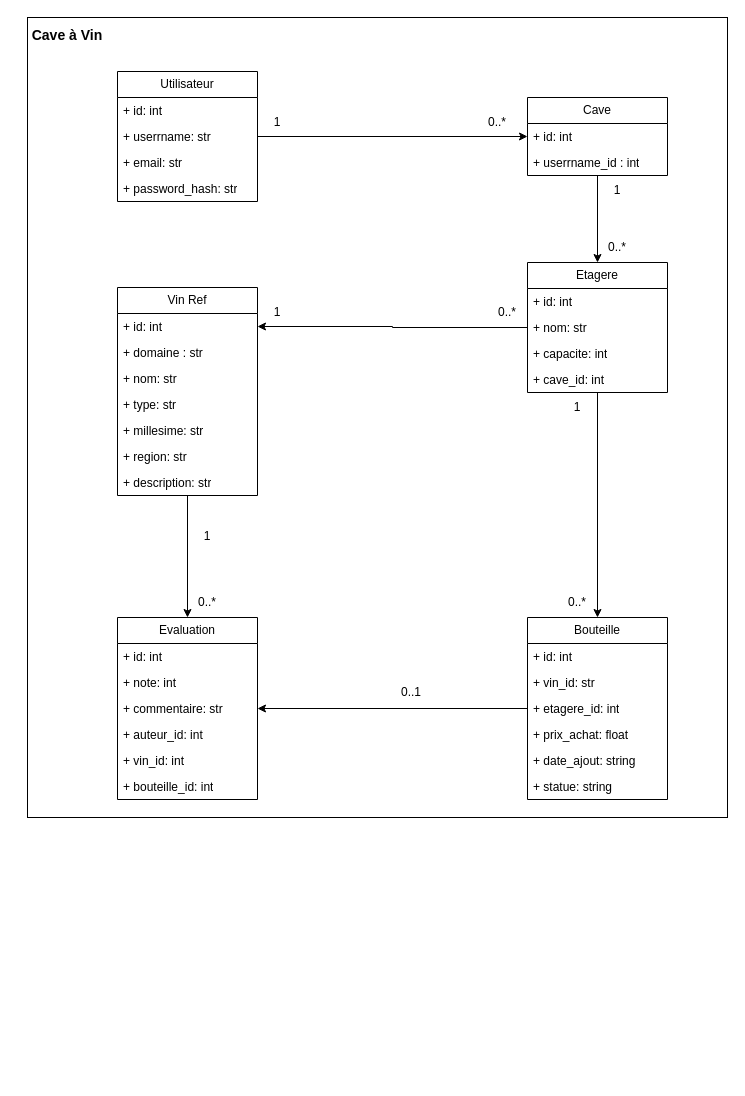
The draw.io diagram cave-a-vin.drawio in HTags733/cave_a_vin, before the edit. Source tidied: cells renumbered, new cells numbered last; positions are measured from the earlier drawing's top-left corner, leaving out a move shared by most shapes. Both pictures are drawn from the tidied source at 100%, with x=0, y=0 at pixel (17, 17).
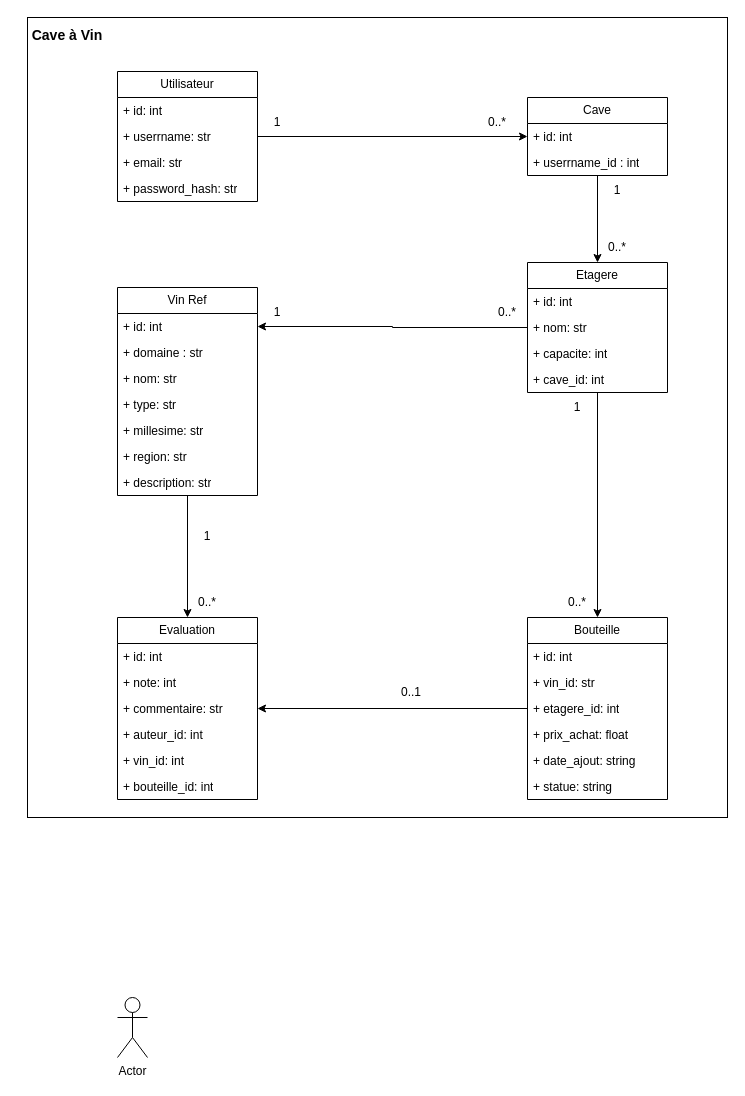
The same diagram, later.

Commit message (it also covers changes not shown here):
Ajout du pytest + implementation diagramme dynamique

The edit, as a diff of the source:
```diff
@@
+    <mxCell id="56" value="Actor" style="shape=umlActor;verticalLabelPosition=bottom;verticalAlign=top;html=1;labelPerimeter=1;" parent="1" vertex="1">
+      <mxGeometry x="100" y="980" width="30" height="60" as="geometry" />
+    </mxCell>
```
